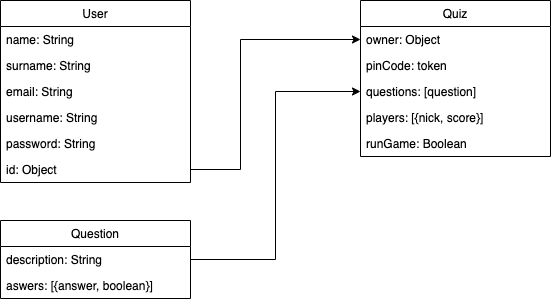
Before: staff/jose-rodriguez/quizzard/quizzard-doc/data-model.png, a diagram exported from draw.io (jmrodri610/skylab-bootcamp-201909). Source tidied: cells renumbered, new cells last; positions are measured from the earlier drawing's top-left corner, leaving out a move shared by most shapes. The source it was exported from:
```xml
<mxGraphModel>
  <root>
    <mxCell id="0" />
    <mxCell id="1" parent="0" />
    <mxCell id="2" value="User" style="swimlane;fontStyle=0;horizontal=1;startSize=26;fillColor=none;" parent="1" vertex="1">
      <mxGeometry width="190" height="182" as="geometry" />
    </mxCell>
    <mxCell id="3" value="name: String" style="text;strokeColor=none;fillColor=none;align=left;verticalAlign=top;spacingLeft=4;spacingRight=4;overflow=hidden;" parent="2" vertex="1">
      <mxGeometry y="26" width="190" height="26" as="geometry" />
    </mxCell>
    <mxCell id="4" value="surname: String" style="text;strokeColor=none;fillColor=none;align=left;verticalAlign=top;spacingLeft=4;spacingRight=4;overflow=hidden;" parent="2" vertex="1">
      <mxGeometry y="52" width="190" height="26" as="geometry" />
    </mxCell>
    <mxCell id="5" value="email: String" style="text;strokeColor=none;fillColor=none;align=left;verticalAlign=top;spacingLeft=4;spacingRight=4;overflow=hidden;" parent="2" vertex="1">
      <mxGeometry y="78" width="190" height="26" as="geometry" />
    </mxCell>
    <mxCell id="6" value="username: String" style="text;strokeColor=none;fillColor=none;align=left;verticalAlign=top;spacingLeft=4;spacingRight=4;overflow=hidden;" parent="2" vertex="1">
      <mxGeometry y="104" width="190" height="26" as="geometry" />
    </mxCell>
    <mxCell id="7" value="password: String" style="text;strokeColor=none;fillColor=none;align=left;verticalAlign=top;spacingLeft=4;spacingRight=4;overflow=hidden;" parent="2" vertex="1">
      <mxGeometry y="130" width="190" height="26" as="geometry" />
    </mxCell>
    <mxCell id="8" value="id: Object" style="text;strokeColor=none;fillColor=none;align=left;verticalAlign=top;spacingLeft=4;spacingRight=4;overflow=hidden;points=[[0,0.5],[1,0.5]];portConstraint=eastwest;" parent="2" vertex="1">
      <mxGeometry y="156" width="190" height="26" as="geometry" />
    </mxCell>
    <mxCell id="9" value="Quiz" style="swimlane;fontStyle=0;horizontal=1;startSize=26;fillColor=none;" parent="1" vertex="1">
      <mxGeometry x="360" width="190" height="156" as="geometry" />
    </mxCell>
    <mxCell id="10" value="owner: Object&#10;" style="text;strokeColor=none;fillColor=none;align=left;verticalAlign=top;spacingLeft=4;spacingRight=4;overflow=hidden;points=[[0,0.5],[1,0.5]];portConstraint=eastwest;" parent="9" vertex="1">
      <mxGeometry y="26" width="190" height="26" as="geometry" />
    </mxCell>
    <mxCell id="11" value="pinCode: token" style="text;strokeColor=none;fillColor=none;align=left;verticalAlign=top;spacingLeft=4;spacingRight=4;overflow=hidden;" parent="9" vertex="1">
      <mxGeometry y="52" width="190" height="26" as="geometry" />
    </mxCell>
    <mxCell id="12" value="questions: [question]" style="text;strokeColor=none;fillColor=none;align=left;verticalAlign=top;spacingLeft=4;spacingRight=4;overflow=hidden;points=[[0,0.5],[1,0.5]];portConstraint=eastwest;" parent="9" vertex="1">
      <mxGeometry y="78" width="190" height="26" as="geometry" />
    </mxCell>
    <mxCell id="13" value="players: [{nick, score}]" style="text;strokeColor=none;fillColor=none;align=left;verticalAlign=top;spacingLeft=4;spacingRight=4;overflow=hidden;" parent="9" vertex="1">
      <mxGeometry y="104" width="190" height="26" as="geometry" />
    </mxCell>
    <mxCell id="14" value="runGame: Boolean" style="text;strokeColor=none;fillColor=none;align=left;verticalAlign=top;spacingLeft=4;spacingRight=4;overflow=hidden;" parent="9" vertex="1">
      <mxGeometry y="130" width="190" height="26" as="geometry" />
    </mxCell>
    <mxCell id="15" style="edgeStyle=orthogonalEdgeStyle;rounded=0;jettySize=auto;html=1;entryX=0;entryY=0.5;entryDx=0;entryDy=0;" parent="1" edge="1" source="8" target="10">
      <mxGeometry relative="1" as="geometry">
        <Array as="points">
          <mxPoint x="240" y="169" />
          <mxPoint x="240" y="39" />
        </Array>
      </mxGeometry>
    </mxCell>
    <mxCell id="16" value="Question" style="swimlane;fontStyle=0;horizontal=1;startSize=26;fillColor=none;" parent="1" vertex="1">
      <mxGeometry y="220" width="190" height="78" as="geometry" />
    </mxCell>
    <mxCell id="17" value="description: String" style="text;strokeColor=none;fillColor=none;align=left;verticalAlign=top;spacingLeft=4;spacingRight=4;overflow=hidden;points=[[0,0.5],[1,0.5]];portConstraint=eastwest;" parent="16" vertex="1">
      <mxGeometry y="26" width="190" height="26" as="geometry" />
    </mxCell>
    <mxCell id="18" value="aswers: [{answer, boolean}]" style="text;strokeColor=none;fillColor=none;align=left;verticalAlign=top;spacingLeft=4;spacingRight=4;overflow=hidden;" parent="16" vertex="1">
      <mxGeometry y="52" width="190" height="26" as="geometry" />
    </mxCell>
    <mxCell id="19" style="edgeStyle=orthogonalEdgeStyle;rounded=0;jettySize=auto;html=1;exitX=1;exitY=0.5;exitDx=0;exitDy=0;entryX=0;entryY=0.5;entryDx=0;entryDy=0;" parent="1" edge="1" source="17" target="12">
      <mxGeometry relative="1" as="geometry" />
    </mxCell>
  </root>
</mxGraphModel>
```
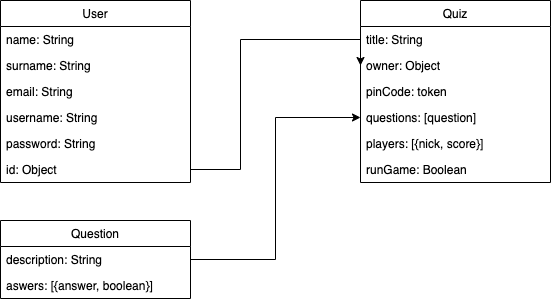
After the commit.

Change to the diagram source:
```diff
@@ -24,22 +24,25 @@
       <mxGeometry y="156" width="190" height="26" as="geometry" />
     </mxCell>
     <mxCell id="9" value="Quiz" style="swimlane;fontStyle=0;horizontal=1;startSize=26;fillColor=none;" parent="1" vertex="1">
-      <mxGeometry x="360" width="190" height="156" as="geometry" />
+      <mxGeometry x="360" width="190" height="182" as="geometry" />
     </mxCell>
+    <mxCell id="20" value="title: String" style="text;strokeColor=none;fillColor=none;align=left;verticalAlign=top;spacingLeft=4;spacingRight=4;overflow=hidden;" parent="9" vertex="1">
+      <mxGeometry y="26" width="190" height="26" as="geometry" />
+    </mxCell>
     <mxCell id="10" value="owner: Object&#10;" style="text;strokeColor=none;fillColor=none;align=left;verticalAlign=top;spacingLeft=4;spacingRight=4;overflow=hidden;points=[[0,0.5],[1,0.5]];portConstraint=eastwest;" parent="9" vertex="1">
-      <mxGeometry y="26" width="190" height="26" as="geometry" />
+      <mxGeometry y="52" width="190" height="26" as="geometry" />
     </mxCell>
     <mxCell id="11" value="pinCode: token" style="text;strokeColor=none;fillColor=none;align=left;verticalAlign=top;spacingLeft=4;spacingRight=4;overflow=hidden;" parent="9" vertex="1">
-      <mxGeometry y="52" width="190" height="26" as="geometry" />
+      <mxGeometry y="78" width="190" height="26" as="geometry" />
     </mxCell>
     <mxCell id="12" value="questions: [question]" style="text;strokeColor=none;fillColor=none;align=left;verticalAlign=top;spacingLeft=4;spacingRight=4;overflow=hidden;points=[[0,0.5],[1,0.5]];portConstraint=eastwest;" parent="9" vertex="1">
-      <mxGeometry y="78" width="190" height="26" as="geometry" />
+      <mxGeometry y="104" width="190" height="26" as="geometry" />
     </mxCell>
     <mxCell id="13" value="players: [{nick, score}]" style="text;strokeColor=none;fillColor=none;align=left;verticalAlign=top;spacingLeft=4;spacingRight=4;overflow=hidden;" parent="9" vertex="1">
-      <mxGeometry y="104" width="190" height="26" as="geometry" />
+      <mxGeometry y="130" width="190" height="26" as="geometry" />
     </mxCell>
     <mxCell id="14" value="runGame: Boolean" style="text;strokeColor=none;fillColor=none;align=left;verticalAlign=top;spacingLeft=4;spacingRight=4;overflow=hidden;" parent="9" vertex="1">
-      <mxGeometry y="130" width="190" height="26" as="geometry" />
+      <mxGeometry y="156" width="190" height="26" as="geometry" />
     </mxCell>
     <mxCell id="15" style="edgeStyle=orthogonalEdgeStyle;rounded=0;jettySize=auto;html=1;entryX=0;entryY=0.5;entryDx=0;entryDy=0;" parent="1" edge="1" source="8" target="10">
       <mxGeometry relative="1" as="geometry">
```
